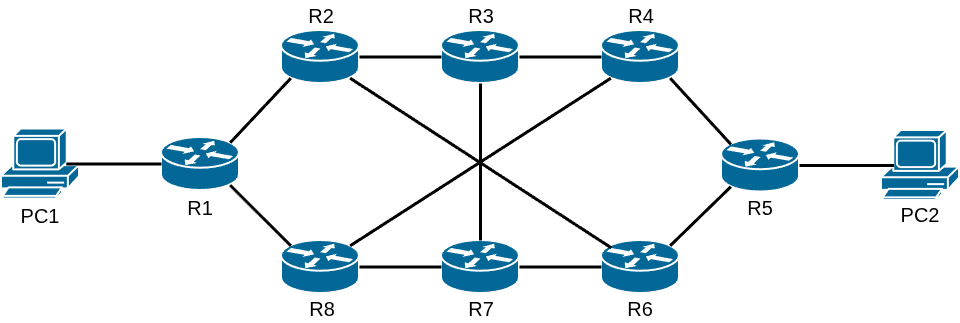
Before: diagram_sieci.png, a diagram exported from draw.io (Kubek-3/sdn_dynamic_routing). Source tidied: cells renumbered, new cells last; positions are measured from the earlier drawing's top-left corner, leaving out a move shared by most shapes.
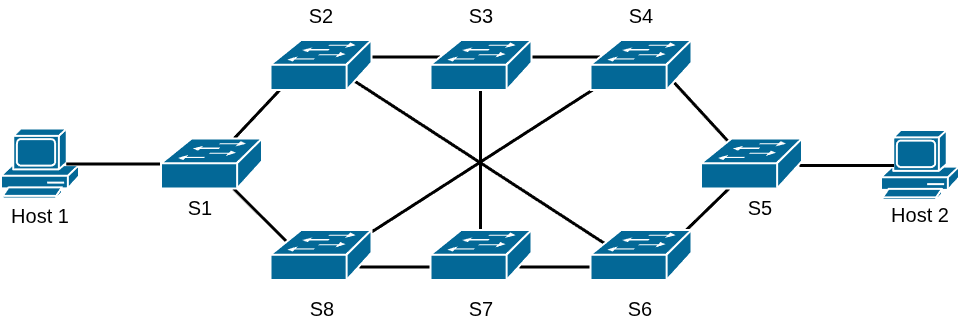
The same diagram one commit later.

Commit message:
updated diagram and added mininet topology setup

Change to the diagram source:
```diff
@@ -8,100 +8,135 @@
     <mxCell id="3" style="sketch=0;html=1;dashed=0;fillColor=#036897;strokeColor=#ffffff;strokeWidth=2;verticalLabelPosition=bottom;verticalAlign=top;align=center;outlineConnect=0;shape=mxgraph.cisco.computers_and_peripherals.pc;labelPerimeter=1;fontSize=20;" parent="1" vertex="1">
       <mxGeometry x="880" y="130" width="78" height="70" as="geometry" />
     </mxCell>
-    <mxCell id="4" style="strokeColor=#ffffff;sketch=0;html=1;dashed=0;fillColor=#036897;strokeWidth=2;verticalLabelPosition=bottom;verticalAlign=top;align=center;outlineConnect=0;shape=mxgraph.cisco.routers.router;labelPerimeter=1;fontSize=20;" parent="1" vertex="1">
-      <mxGeometry x="280" y="30" width="78" height="53" as="geometry" />
-    </mxCell>
-    <mxCell id="5" style="strokeColor=#ffffff;sketch=0;html=1;dashed=0;fillColor=#036897;strokeWidth=2;verticalLabelPosition=bottom;verticalAlign=top;align=center;outlineConnect=0;shape=mxgraph.cisco.routers.router;labelPerimeter=1;fontSize=20;" parent="1" vertex="1">
-      <mxGeometry x="280" y="240" width="78" height="53" as="geometry" />
-    </mxCell>
-    <mxCell id="6" style="strokeColor=#ffffff;sketch=0;html=1;dashed=0;fillColor=#036897;strokeWidth=2;verticalLabelPosition=bottom;verticalAlign=top;align=center;outlineConnect=0;shape=mxgraph.cisco.routers.router;labelPerimeter=1;fontSize=20;" parent="1" vertex="1">
-      <mxGeometry x="440" y="240" width="78" height="53" as="geometry" />
-    </mxCell>
-    <mxCell id="7" style="strokeColor=#ffffff;sketch=0;html=1;dashed=0;fillColor=#036897;strokeWidth=2;verticalLabelPosition=bottom;verticalAlign=top;align=center;outlineConnect=0;shape=mxgraph.cisco.routers.router;labelPerimeter=1;fontSize=20;" parent="1" vertex="1">
-      <mxGeometry x="600" y="240" width="78" height="53" as="geometry" />
-    </mxCell>
-    <mxCell id="8" style="strokeColor=#ffffff;sketch=0;html=1;dashed=0;fillColor=#036897;strokeWidth=2;verticalLabelPosition=bottom;verticalAlign=top;align=center;outlineConnect=0;shape=mxgraph.cisco.routers.router;labelPerimeter=1;fontSize=20;" parent="1" vertex="1">
-      <mxGeometry x="440" y="30" width="78" height="53" as="geometry" />
-    </mxCell>
-    <mxCell id="9" style="strokeColor=#ffffff;sketch=0;html=1;dashed=0;fillColor=#036897;strokeWidth=2;verticalLabelPosition=bottom;verticalAlign=top;align=center;outlineConnect=0;shape=mxgraph.cisco.routers.router;labelPerimeter=1;fontSize=20;" parent="1" vertex="1">
-      <mxGeometry x="160" y="137" width="78" height="53" as="geometry" />
-    </mxCell>
-    <mxCell id="10" style="strokeColor=#ffffff;sketch=0;html=1;dashed=0;fillColor=#036897;strokeWidth=2;verticalLabelPosition=bottom;verticalAlign=top;align=center;outlineConnect=0;shape=mxgraph.cisco.routers.router;labelPerimeter=1;fontSize=20;" parent="1" vertex="1">
-      <mxGeometry x="600" y="30" width="78" height="53" as="geometry" />
-    </mxCell>
-    <mxCell id="11" style="strokeColor=#ffffff;sketch=0;html=1;dashed=0;fillColor=#036897;strokeWidth=2;verticalLabelPosition=bottom;verticalAlign=top;align=center;outlineConnect=0;shape=mxgraph.cisco.routers.router;labelPerimeter=1;fontSize=20;" parent="1" vertex="1">
-      <mxGeometry x="720" y="138.5" width="78" height="53" as="geometry" />
-    </mxCell>
-    <mxCell id="12" style="rounded=0;jettySize=auto;html=1;exitX=0.83;exitY=0.5;exitDx=0;exitDy=0;exitPerimeter=0;entryX=0;entryY=0.5;entryDx=0;entryDy=0;entryPerimeter=0;defaultLabelBackgroundColor=page;endArrow=none;endFill=0;strokeWidth=3;fontSize=20;" parent="1" edge="1" source="2" target="9">
-      <mxGeometry relative="1" as="geometry" />
+    <mxCell id="12" style="rounded=0;jettySize=auto;html=1;exitX=0.83;exitY=0.5;exitDx=0;exitDy=0;exitPerimeter=0;entryX=0;entryY=0.5;entryDx=0;entryDy=0;entryPerimeter=0;defaultLabelBackgroundColor=page;endArrow=none;endFill=0;strokeWidth=3;fontSize=20;" parent="1" edge="1" source="2">
+      <mxGeometry relative="1" as="geometry">
+        <mxPoint x="160" y="163.5" as="targetPoint" />
+      </mxGeometry>
     </mxCell>
-    <mxCell id="13" style="rounded=0;jettySize=auto;html=1;exitX=0.88;exitY=0.9;exitDx=0;exitDy=0;exitPerimeter=0;entryX=0.12;entryY=0.1;entryDx=0;entryDy=0;entryPerimeter=0;defaultLabelBackgroundColor=page;strokeWidth=3;endArrow=none;endFill=0;fontSize=20;" parent="1" edge="1" source="9" target="5">
-      <mxGeometry relative="1" as="geometry" />
+    <mxCell id="13" style="rounded=0;orthogonalLoop=1;jettySize=auto;html=1;exitX=0.88;exitY=0.9;exitDx=0;exitDy=0;exitPerimeter=0;entryX=0.12;entryY=0.1;entryDx=0;entryDy=0;entryPerimeter=0;defaultLabelBackgroundColor=page;strokeWidth=3;endArrow=none;endFill=0;fontSize=20;" parent="1" edge="1">
+      <mxGeometry relative="1" as="geometry">
+        <mxPoint x="228.6" y="184.7" as="sourcePoint" />
+        <mxPoint x="289.4" y="245.3" as="targetPoint" />
+      </mxGeometry>
     </mxCell>
-    <mxCell id="14" style="rounded=0;jettySize=auto;html=1;exitX=0.88;exitY=0.1;exitDx=0;exitDy=0;exitPerimeter=0;entryX=0.12;entryY=0.9;entryDx=0;entryDy=0;entryPerimeter=0;defaultLabelBackgroundColor=page;strokeColor=default;strokeWidth=3;align=center;verticalAlign=middle;fontFamily=Helvetica;fontSize=20;fontColor=default;labelBackgroundColor=default;endArrow=none;endFill=0;" parent="1" edge="1" source="9" target="4">
-      <mxGeometry relative="1" as="geometry" />
+    <mxCell id="14" style="rounded=0;orthogonalLoop=1;jettySize=auto;html=1;exitX=0.88;exitY=0.1;exitDx=0;exitDy=0;exitPerimeter=0;entryX=0.12;entryY=0.9;entryDx=0;entryDy=0;entryPerimeter=0;defaultLabelBackgroundColor=page;strokeColor=default;strokeWidth=3;align=center;verticalAlign=middle;fontFamily=Helvetica;fontSize=20;fontColor=default;labelBackgroundColor=default;endArrow=none;endFill=0;" parent="1" edge="1">
+      <mxGeometry relative="1" as="geometry">
+        <mxPoint x="228.6" y="142.3" as="sourcePoint" />
+        <mxPoint x="289.4" y="77.7" as="targetPoint" />
+      </mxGeometry>
     </mxCell>
-    <mxCell id="15" style="edgeStyle=orthogonalEdgeStyle;rounded=0;jettySize=auto;html=1;exitX=1;exitY=0.5;exitDx=0;exitDy=0;exitPerimeter=0;entryX=0;entryY=0.5;entryDx=0;entryDy=0;entryPerimeter=0;defaultLabelBackgroundColor=page;strokeColor=default;strokeWidth=3;align=center;verticalAlign=middle;fontFamily=Helvetica;fontSize=20;fontColor=default;labelBackgroundColor=default;endArrow=none;endFill=0;" parent="1" edge="1" source="4" target="8">
-      <mxGeometry relative="1" as="geometry" />
+    <mxCell id="15" style="edgeStyle=orthogonalEdgeStyle;rounded=0;orthogonalLoop=1;jettySize=auto;html=1;exitX=1;exitY=0.5;exitDx=0;exitDy=0;exitPerimeter=0;entryX=0;entryY=0.5;entryDx=0;entryDy=0;entryPerimeter=0;defaultLabelBackgroundColor=page;strokeColor=default;strokeWidth=3;align=center;verticalAlign=middle;fontFamily=Helvetica;fontSize=20;fontColor=default;labelBackgroundColor=default;endArrow=none;endFill=0;" parent="1" edge="1">
+      <mxGeometry relative="1" as="geometry">
+        <mxPoint x="358" y="56.5" as="sourcePoint" />
+        <mxPoint x="440" y="56.5" as="targetPoint" />
+      </mxGeometry>
     </mxCell>
-    <mxCell id="16" style="edgeStyle=orthogonalEdgeStyle;rounded=0;jettySize=auto;html=1;exitX=1;exitY=0.5;exitDx=0;exitDy=0;exitPerimeter=0;entryX=0;entryY=0.5;entryDx=0;entryDy=0;entryPerimeter=0;defaultLabelBackgroundColor=page;strokeColor=default;strokeWidth=3;align=center;verticalAlign=middle;fontFamily=Helvetica;fontSize=20;fontColor=default;labelBackgroundColor=default;endArrow=none;endFill=0;" parent="1" edge="1" source="8" target="10">
-      <mxGeometry relative="1" as="geometry" />
+    <mxCell id="16" style="edgeStyle=orthogonalEdgeStyle;rounded=0;orthogonalLoop=1;jettySize=auto;html=1;exitX=1;exitY=0.5;exitDx=0;exitDy=0;exitPerimeter=0;entryX=0;entryY=0.5;entryDx=0;entryDy=0;entryPerimeter=0;defaultLabelBackgroundColor=page;strokeColor=default;strokeWidth=3;align=center;verticalAlign=middle;fontFamily=Helvetica;fontSize=20;fontColor=default;labelBackgroundColor=default;endArrow=none;endFill=0;" parent="1" edge="1">
+      <mxGeometry relative="1" as="geometry">
+        <mxPoint x="518" y="56.5" as="sourcePoint" />
+        <mxPoint x="600" y="56.5" as="targetPoint" />
+      </mxGeometry>
     </mxCell>
-    <mxCell id="17" style="rounded=0;jettySize=auto;html=1;exitX=0.88;exitY=0.1;exitDx=0;exitDy=0;exitPerimeter=0;entryX=0.12;entryY=0.9;entryDx=0;entryDy=0;entryPerimeter=0;defaultLabelBackgroundColor=page;strokeColor=default;strokeWidth=3;align=center;verticalAlign=middle;fontFamily=Helvetica;fontSize=20;fontColor=default;labelBackgroundColor=default;endArrow=none;endFill=0;" parent="1" edge="1" source="7" target="11">
-      <mxGeometry relative="1" as="geometry" />
+    <mxCell id="17" style="rounded=0;orthogonalLoop=1;jettySize=auto;html=1;exitX=0.88;exitY=0.1;exitDx=0;exitDy=0;exitPerimeter=0;entryX=0.12;entryY=0.9;entryDx=0;entryDy=0;entryPerimeter=0;defaultLabelBackgroundColor=page;strokeColor=default;strokeWidth=3;align=center;verticalAlign=middle;fontFamily=Helvetica;fontSize=20;fontColor=default;labelBackgroundColor=default;endArrow=none;endFill=0;" parent="1" edge="1">
+      <mxGeometry relative="1" as="geometry">
+        <mxPoint x="668.6" y="245.3" as="sourcePoint" />
+        <mxPoint x="729.4" y="186.2" as="targetPoint" />
+      </mxGeometry>
     </mxCell>
-    <mxCell id="18" style="rounded=0;jettySize=auto;html=1;exitX=0.88;exitY=0.9;exitDx=0;exitDy=0;exitPerimeter=0;entryX=0.12;entryY=0.1;entryDx=0;entryDy=0;entryPerimeter=0;defaultLabelBackgroundColor=page;strokeColor=default;strokeWidth=3;align=center;verticalAlign=middle;fontFamily=Helvetica;fontSize=20;fontColor=default;labelBackgroundColor=default;endArrow=none;endFill=0;" parent="1" edge="1" source="10" target="11">
-      <mxGeometry relative="1" as="geometry" />
+    <mxCell id="18" style="rounded=0;orthogonalLoop=1;jettySize=auto;html=1;exitX=0.88;exitY=0.9;exitDx=0;exitDy=0;exitPerimeter=0;entryX=0.12;entryY=0.1;entryDx=0;entryDy=0;entryPerimeter=0;defaultLabelBackgroundColor=page;strokeColor=default;strokeWidth=3;align=center;verticalAlign=middle;fontFamily=Helvetica;fontSize=20;fontColor=default;labelBackgroundColor=default;endArrow=none;endFill=0;" parent="1" edge="1">
+      <mxGeometry relative="1" as="geometry">
+        <mxPoint x="668.6" y="77.7" as="sourcePoint" />
+        <mxPoint x="729.4" y="143.8" as="targetPoint" />
+      </mxGeometry>
     </mxCell>
-    <mxCell id="19" style="rounded=0;jettySize=auto;html=1;exitX=1;exitY=0.5;exitDx=0;exitDy=0;exitPerimeter=0;entryX=0.16;entryY=0.5;entryDx=0;entryDy=0;entryPerimeter=0;defaultLabelBackgroundColor=page;strokeColor=default;strokeWidth=3;align=center;verticalAlign=middle;fontFamily=Helvetica;fontSize=20;fontColor=default;labelBackgroundColor=default;endArrow=none;endFill=0;" parent="1" edge="1" source="11" target="3">
-      <mxGeometry relative="1" as="geometry" />
+    <mxCell id="19" style="rounded=0;jettySize=auto;html=1;exitX=1;exitY=0.5;exitDx=0;exitDy=0;exitPerimeter=0;entryX=0.16;entryY=0.5;entryDx=0;entryDy=0;entryPerimeter=0;defaultLabelBackgroundColor=page;strokeColor=default;strokeWidth=3;align=center;verticalAlign=middle;fontFamily=Helvetica;fontSize=20;fontColor=default;labelBackgroundColor=default;endArrow=none;endFill=0;" parent="1" edge="1" target="3">
+      <mxGeometry relative="1" as="geometry">
+        <mxPoint x="798" y="165" as="sourcePoint" />
+      </mxGeometry>
     </mxCell>
-    <mxCell id="20" style="edgeStyle=orthogonalEdgeStyle;rounded=0;jettySize=auto;html=1;exitX=1;exitY=0.5;exitDx=0;exitDy=0;exitPerimeter=0;entryX=0;entryY=0.5;entryDx=0;entryDy=0;entryPerimeter=0;defaultLabelBackgroundColor=page;strokeColor=default;strokeWidth=3;align=center;verticalAlign=middle;fontFamily=Helvetica;fontSize=20;fontColor=default;labelBackgroundColor=default;endArrow=none;endFill=0;" parent="1" edge="1" source="6" target="7">
-      <mxGeometry relative="1" as="geometry" />
+    <mxCell id="20" style="edgeStyle=orthogonalEdgeStyle;rounded=0;orthogonalLoop=1;jettySize=auto;html=1;exitX=1;exitY=0.5;exitDx=0;exitDy=0;exitPerimeter=0;entryX=0;entryY=0.5;entryDx=0;entryDy=0;entryPerimeter=0;defaultLabelBackgroundColor=page;strokeColor=default;strokeWidth=3;align=center;verticalAlign=middle;fontFamily=Helvetica;fontSize=20;fontColor=default;labelBackgroundColor=default;endArrow=none;endFill=0;" parent="1" edge="1">
+      <mxGeometry relative="1" as="geometry">
+        <mxPoint x="518" y="266.5" as="sourcePoint" />
+        <mxPoint x="600" y="266.5" as="targetPoint" />
+      </mxGeometry>
     </mxCell>
-    <mxCell id="21" style="edgeStyle=orthogonalEdgeStyle;rounded=0;jettySize=auto;html=1;exitX=1;exitY=0.5;exitDx=0;exitDy=0;exitPerimeter=0;entryX=0;entryY=0.5;entryDx=0;entryDy=0;entryPerimeter=0;defaultLabelBackgroundColor=page;strokeColor=default;strokeWidth=3;align=center;verticalAlign=middle;fontFamily=Helvetica;fontSize=20;fontColor=default;labelBackgroundColor=default;endArrow=none;endFill=0;" parent="1" edge="1" source="5" target="6">
-      <mxGeometry relative="1" as="geometry" />
+    <mxCell id="21" style="edgeStyle=orthogonalEdgeStyle;rounded=0;orthogonalLoop=1;jettySize=auto;html=1;exitX=1;exitY=0.5;exitDx=0;exitDy=0;exitPerimeter=0;entryX=0;entryY=0.5;entryDx=0;entryDy=0;entryPerimeter=0;defaultLabelBackgroundColor=page;strokeColor=default;strokeWidth=3;align=center;verticalAlign=middle;fontFamily=Helvetica;fontSize=20;fontColor=default;labelBackgroundColor=default;endArrow=none;endFill=0;" parent="1" edge="1">
+      <mxGeometry relative="1" as="geometry">
+        <mxPoint x="358" y="266.5" as="sourcePoint" />
+        <mxPoint x="440" y="266.5" as="targetPoint" />
+      </mxGeometry>
     </mxCell>
-    <mxCell id="22" style="rounded=0;jettySize=auto;html=1;exitX=0.88;exitY=0.1;exitDx=0;exitDy=0;exitPerimeter=0;entryX=0.12;entryY=0.9;entryDx=0;entryDy=0;entryPerimeter=0;defaultLabelBackgroundColor=page;strokeColor=default;strokeWidth=3;align=center;verticalAlign=middle;fontFamily=Helvetica;fontSize=20;fontColor=default;labelBackgroundColor=default;endArrow=none;endFill=0;" parent="1" edge="1" source="5" target="10">
-      <mxGeometry relative="1" as="geometry" />
+    <mxCell id="22" style="rounded=0;orthogonalLoop=1;jettySize=auto;html=1;exitX=0.88;exitY=0.1;exitDx=0;exitDy=0;exitPerimeter=0;entryX=0.12;entryY=0.9;entryDx=0;entryDy=0;entryPerimeter=0;defaultLabelBackgroundColor=page;strokeColor=default;strokeWidth=3;align=center;verticalAlign=middle;fontFamily=Helvetica;fontSize=20;fontColor=default;labelBackgroundColor=default;endArrow=none;endFill=0;" parent="1" edge="1">
+      <mxGeometry relative="1" as="geometry">
+        <mxPoint x="348.6" y="245.3" as="sourcePoint" />
+        <mxPoint x="609.4" y="77.7" as="targetPoint" />
+      </mxGeometry>
     </mxCell>
-    <mxCell id="23" style="rounded=0;jettySize=auto;html=1;exitX=0.12;exitY=0.1;exitDx=0;exitDy=0;exitPerimeter=0;entryX=0.88;entryY=0.9;entryDx=0;entryDy=0;entryPerimeter=0;defaultLabelBackgroundColor=page;strokeColor=default;strokeWidth=3;align=center;verticalAlign=middle;fontFamily=Helvetica;fontSize=20;fontColor=default;labelBackgroundColor=default;endArrow=none;endFill=0;" parent="1" edge="1" target="4">
+    <mxCell id="23" style="rounded=0;orthogonalLoop=1;jettySize=auto;html=1;exitX=0.12;exitY=0.1;exitDx=0;exitDy=0;exitPerimeter=0;entryX=0.88;entryY=0.9;entryDx=0;entryDy=0;entryPerimeter=0;defaultLabelBackgroundColor=page;strokeColor=default;strokeWidth=3;align=center;verticalAlign=middle;fontFamily=Helvetica;fontSize=20;fontColor=default;labelBackgroundColor=default;endArrow=none;endFill=0;" parent="1" edge="1">
       <mxGeometry x="-0.01" relative="1" as="geometry">
         <mxPoint x="609.8" y="247.3" as="sourcePoint" />
+        <mxPoint x="348.6" y="77.7" as="targetPoint" />
       </mxGeometry>
     </mxCell>
-    <mxCell id="24" style="edgeStyle=orthogonalEdgeStyle;rounded=0;jettySize=auto;html=1;exitX=0.5;exitY=1;exitDx=0;exitDy=0;exitPerimeter=0;entryX=0.5;entryY=0;entryDx=0;entryDy=0;entryPerimeter=0;defaultLabelBackgroundColor=page;strokeColor=default;strokeWidth=3;align=center;verticalAlign=middle;fontFamily=Helvetica;fontSize=20;fontColor=default;labelBackgroundColor=default;endArrow=none;endFill=0;" parent="1" edge="1" source="8" target="6">
-      <mxGeometry relative="1" as="geometry" />
+    <mxCell id="24" style="edgeStyle=orthogonalEdgeStyle;rounded=0;orthogonalLoop=1;jettySize=auto;html=1;exitX=0.5;exitY=1;exitDx=0;exitDy=0;exitPerimeter=0;entryX=0.5;entryY=0;entryDx=0;entryDy=0;entryPerimeter=0;defaultLabelBackgroundColor=page;strokeColor=default;strokeWidth=3;align=center;verticalAlign=middle;fontFamily=Helvetica;fontSize=20;fontColor=default;labelBackgroundColor=default;endArrow=none;endFill=0;" parent="1" edge="1">
+      <mxGeometry relative="1" as="geometry">
+        <mxPoint x="479" y="83" as="sourcePoint" />
+        <mxPoint x="479" y="240" as="targetPoint" />
+      </mxGeometry>
     </mxCell>
-    <mxCell id="25" value="PC1" style="text;html=1;whiteSpace=wrap;strokeColor=none;fillColor=none;align=center;verticalAlign=middle;rounded=0;fontSize=20;" parent="1" vertex="1">
+    <mxCell id="25" value="Host 1" style="text;html=1;whiteSpace=wrap;strokeColor=none;fillColor=none;align=center;verticalAlign=middle;rounded=0;fontSize=20;" parent="1" vertex="1">
       <mxGeometry x="9" y="200" width="60" height="30" as="geometry" />
     </mxCell>
-    <mxCell id="26" value="PC2" style="text;html=1;whiteSpace=wrap;strokeColor=none;fillColor=none;align=center;verticalAlign=middle;rounded=0;fontSize=20;" parent="1" vertex="1">
+    <mxCell id="26" value="Host 2" style="text;html=1;whiteSpace=wrap;strokeColor=none;fillColor=none;align=center;verticalAlign=middle;rounded=0;fontSize=20;" parent="1" vertex="1">
       <mxGeometry x="889" y="198.5" width="60" height="30" as="geometry" />
     </mxCell>
-    <mxCell id="27" value="R1" style="text;html=1;whiteSpace=wrap;strokeColor=none;fillColor=none;align=center;verticalAlign=middle;rounded=0;fontSize=20;" parent="1" vertex="1">
+    <mxCell id="27" value="S1" style="text;html=1;whiteSpace=wrap;strokeColor=none;fillColor=none;align=center;verticalAlign=middle;rounded=0;fontSize=20;" parent="1" vertex="1">
       <mxGeometry x="169" y="191.5" width="60" height="30" as="geometry" />
     </mxCell>
-    <mxCell id="28" value="R2" style="text;html=1;whiteSpace=wrap;strokeColor=none;fillColor=none;align=center;verticalAlign=middle;rounded=0;fontSize=20;" parent="1" vertex="1">
+    <mxCell id="28" value="S2" style="text;html=1;whiteSpace=wrap;strokeColor=none;fillColor=none;align=center;verticalAlign=middle;rounded=0;fontSize=20;" parent="1" vertex="1">
       <mxGeometry x="290" width="60" height="30" as="geometry" />
     </mxCell>
-    <mxCell id="29" value="R3" style="text;html=1;whiteSpace=wrap;strokeColor=none;fillColor=none;align=center;verticalAlign=middle;rounded=0;fontSize=20;" parent="1" vertex="1">
+    <mxCell id="29" value="S3" style="text;html=1;whiteSpace=wrap;strokeColor=none;fillColor=none;align=center;verticalAlign=middle;rounded=0;fontSize=20;" parent="1" vertex="1">
       <mxGeometry x="450" width="60" height="30" as="geometry" />
     </mxCell>
-    <mxCell id="30" value="R4" style="text;html=1;whiteSpace=wrap;strokeColor=none;fillColor=none;align=center;verticalAlign=middle;rounded=0;fontSize=20;" parent="1" vertex="1">
+    <mxCell id="30" value="S4" style="text;html=1;whiteSpace=wrap;strokeColor=none;fillColor=none;align=center;verticalAlign=middle;rounded=0;fontSize=20;" parent="1" vertex="1">
       <mxGeometry x="610" width="60" height="30" as="geometry" />
     </mxCell>
-    <mxCell id="31" value="R5" style="text;html=1;whiteSpace=wrap;strokeColor=none;fillColor=none;align=center;verticalAlign=middle;rounded=0;fontSize=20;" parent="1" vertex="1">
+    <mxCell id="31" value="S5" style="text;html=1;whiteSpace=wrap;strokeColor=none;fillColor=none;align=center;verticalAlign=middle;rounded=0;fontSize=20;" parent="1" vertex="1">
       <mxGeometry x="729" y="191.5" width="60" height="30" as="geometry" />
     </mxCell>
-    <mxCell id="32" value="R8" style="text;html=1;whiteSpace=wrap;strokeColor=none;fillColor=none;align=center;verticalAlign=middle;rounded=0;fontSize=20;" parent="1" vertex="1">
+    <mxCell id="32" value="S8" style="text;html=1;whiteSpace=wrap;strokeColor=none;fillColor=none;align=center;verticalAlign=middle;rounded=0;fontSize=20;" parent="1" vertex="1">
       <mxGeometry x="291" y="293" width="60" height="30" as="geometry" />
     </mxCell>
-    <mxCell id="33" value="R7" style="text;html=1;whiteSpace=wrap;strokeColor=none;fillColor=none;align=center;verticalAlign=middle;rounded=0;fontSize=20;" parent="1" vertex="1">
+    <mxCell id="33" value="S7" style="text;html=1;whiteSpace=wrap;strokeColor=none;fillColor=none;align=center;verticalAlign=middle;rounded=0;fontSize=20;" parent="1" vertex="1">
       <mxGeometry x="450" y="293" width="60" height="30" as="geometry" />
     </mxCell>
-    <mxCell id="34" value="R6" style="text;html=1;whiteSpace=wrap;strokeColor=none;fillColor=none;align=center;verticalAlign=middle;rounded=0;fontSize=20;" parent="1" vertex="1">
+    <mxCell id="34" value="S6" style="text;html=1;whiteSpace=wrap;strokeColor=none;fillColor=none;align=center;verticalAlign=middle;rounded=0;fontSize=20;" parent="1" vertex="1">
       <mxGeometry x="609" y="293" width="60" height="30" as="geometry" />
     </mxCell>
+    <mxCell id="35" style="strokeColor=#ffffff;sketch=0;html=1;dashed=0;fillColor=#036897;strokeWidth=2;verticalLabelPosition=bottom;verticalAlign=top;align=center;shape=mxgraph.cisco.switches.workgroup_switch;labelPerimeter=1;" parent="1" vertex="1">
+      <mxGeometry x="160" y="138.5" width="101" height="50" as="geometry" />
+    </mxCell>
+    <mxCell id="36" style="strokeColor=#ffffff;sketch=0;html=1;dashed=0;fillColor=#036897;strokeWidth=2;verticalLabelPosition=bottom;verticalAlign=top;align=center;shape=mxgraph.cisco.switches.workgroup_switch;labelPerimeter=1;" parent="1" vertex="1">
+      <mxGeometry x="269.5" y="230" width="101" height="50" as="geometry" />
+    </mxCell>
+    <mxCell id="37" style="strokeColor=#ffffff;sketch=0;html=1;dashed=0;fillColor=#036897;strokeWidth=2;verticalLabelPosition=bottom;verticalAlign=top;align=center;shape=mxgraph.cisco.switches.workgroup_switch;labelPerimeter=1;" parent="1" vertex="1">
+      <mxGeometry x="429.5" y="230" width="101" height="50" as="geometry" />
+    </mxCell>
+    <mxCell id="38" style="strokeColor=#ffffff;sketch=0;html=1;dashed=0;fillColor=#036897;strokeWidth=2;verticalLabelPosition=bottom;verticalAlign=top;align=center;shape=mxgraph.cisco.switches.workgroup_switch;labelPerimeter=1;" parent="1" vertex="1">
+      <mxGeometry x="589.5" y="230" width="101" height="50" as="geometry" />
+    </mxCell>
+    <mxCell id="39" style="strokeColor=#ffffff;sketch=0;html=1;dashed=0;fillColor=#036897;strokeWidth=2;verticalLabelPosition=bottom;verticalAlign=top;align=center;shape=mxgraph.cisco.switches.workgroup_switch;labelPerimeter=1;" parent="1" vertex="1">
+      <mxGeometry x="700" y="138.5" width="101" height="50" as="geometry" />
+    </mxCell>
+    <mxCell id="40" style="strokeColor=#ffffff;sketch=0;html=1;dashed=0;fillColor=#036897;strokeWidth=2;verticalLabelPosition=bottom;verticalAlign=top;align=center;shape=mxgraph.cisco.switches.workgroup_switch;labelPerimeter=1;" parent="1" vertex="1">
+      <mxGeometry x="269.5" y="40" width="101" height="50" as="geometry" />
+    </mxCell>
+    <mxCell id="41" style="strokeColor=#ffffff;sketch=0;html=1;dashed=0;fillColor=#036897;strokeWidth=2;verticalLabelPosition=bottom;verticalAlign=top;align=center;shape=mxgraph.cisco.switches.workgroup_switch;labelPerimeter=1;" parent="1" vertex="1">
+      <mxGeometry x="429.5" y="40" width="101" height="50" as="geometry" />
+    </mxCell>
+    <mxCell id="42" style="strokeColor=#ffffff;sketch=0;html=1;dashed=0;fillColor=#036897;strokeWidth=2;verticalLabelPosition=bottom;verticalAlign=top;align=center;shape=mxgraph.cisco.switches.workgroup_switch;labelPerimeter=1;" parent="1" vertex="1">
+      <mxGeometry x="589.5" y="40" width="101" height="50" as="geometry" />
+    </mxCell>
   </root>
 </mxGraphModel>
```
